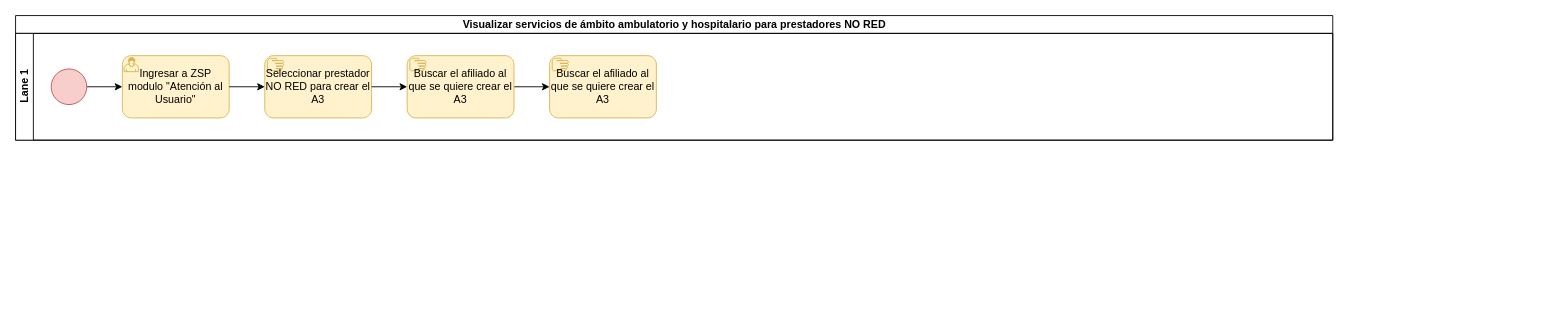
The draw.io diagram Visualizar servicios en ZSS para prestadores con marca en eter.drawio in kevinjporto/Diagramas-de-procesos, before the edit. Source tidied: cells renumbered, new cells numbered last; positions are measured from the earlier drawing's top-left corner, leaving out a move shared by most shapes. Both pictures are drawn from the tidied source at 89%, with x=0, y=0 at pixel (15, 15).
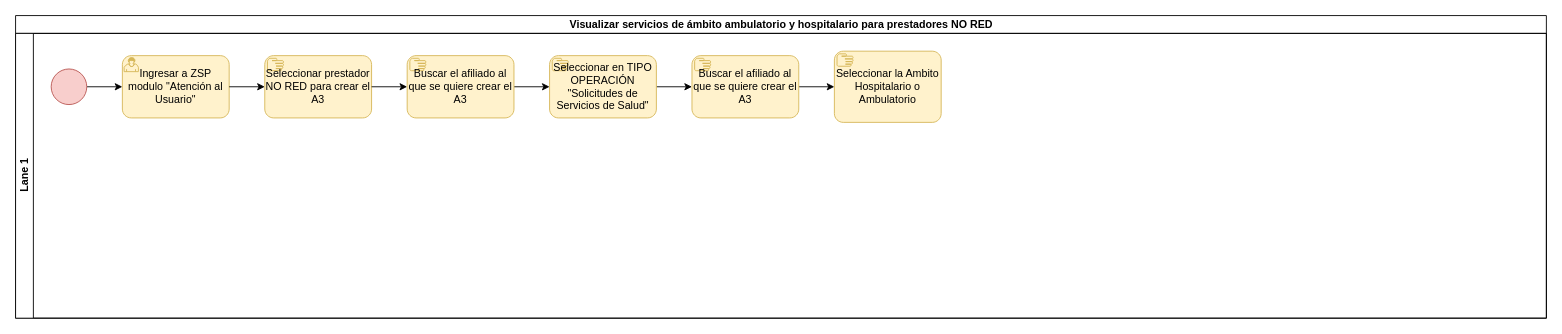
After the change.

What changed in the source:
```diff
@@
 <mxGraphModel>
   <root>
     <mxCell id="0" />
     <mxCell id="1" parent="0" />
     <mxCell id="2" value="Visualizar servicios de ámbito ambulatorio y hospitalario para prestadores NO RED" style="swimlane;horizontal=1;startSize=20;html=1;" parent="1" vertex="1">
-      <mxGeometry width="1480" height="140" as="geometry" />
+      <mxGeometry width="1720" height="340" as="geometry" />
     </mxCell>
     <mxCell id="3" value="Lane 1" style="swimlane;startSize=20;horizontal=0;html=1;" parent="2" vertex="1">
-      <mxGeometry y="20" width="1480" height="120" as="geometry" />
+      <mxGeometry y="20" width="1720" height="320" as="geometry" />
     </mxCell>
     <mxCell id="4" style="edgeStyle=orthogonalEdgeStyle;rounded=0;jettySize=auto;html=1;entryX=0;entryY=0.5;entryDx=0;entryDy=0;entryPerimeter=0;" parent="3" edge="1" source="5" target="6">
       <mxGeometry relative="1" as="geometry" />
     </mxCell>
     <mxCell id="5" style="points=[[0.145,0.145,0],[0.5,0,0],[0.855,0.145,0],[1,0.5,0],[0.855,0.855,0],[0.5,1,0],[0.145,0.855,0],[0,0.5,0]];shape=mxgraph.bpmn.event;html=1;verticalLabelPosition=bottom;labelBackgroundColor=#ffffff;verticalAlign=top;align=center;perimeter=ellipsePerimeter;outlineConnect=0;outline=standard;symbol=general;fillColor=#f8cecc;strokeColor=#b85450;" parent="3" vertex="1">
       <mxGeometry x="40" y="40" width="40" height="40" as="geometry" />
     </mxCell>
     <mxCell id="6" value="Ingresar a ZSP modulo &quot;Atención al Usuario&quot;" style="points=[[0.25,0,0],[0.5,0,0],[0.75,0,0],[1,0.25,0],[1,0.5,0],[1,0.75,0],[0.75,1,0],[0.5,1,0],[0.25,1,0],[0,0.75,0],[0,0.5,0],[0,0.25,0]];shape=mxgraph.bpmn.task;whiteSpace=wrap;rectStyle=rounded;size=10;html=1;taskMarker=user;fillColor=#fff2cc;strokeColor=#d6b656;" parent="3" vertex="1">
       <mxGeometry x="120" y="25" width="120" height="70" as="geometry" />
     </mxCell>
     <mxCell id="7" value="Seleccionar prestador NO RED para crear el A3" style="points=[[0.25,0,0],[0.5,0,0],[0.75,0,0],[1,0.25,0],[1,0.5,0],[1,0.75,0],[0.75,1,0],[0.5,1,0],[0.25,1,0],[0,0.75,0],[0,0.5,0],[0,0.25,0]];shape=mxgraph.bpmn.task;whiteSpace=wrap;rectStyle=rounded;size=10;html=1;taskMarker=manual;fillColor=#fff2cc;strokeColor=#d6b656;" parent="3" vertex="1">
       <mxGeometry x="280" y="25" width="120" height="70" as="geometry" />
     </mxCell>
     <mxCell id="8" style="edgeStyle=orthogonalEdgeStyle;rounded=0;jettySize=auto;html=1;" parent="3" edge="1" source="6" target="7">
       <mxGeometry relative="1" as="geometry" />
     </mxCell>
     <mxCell id="9" style="edgeStyle=orthogonalEdgeStyle;rounded=0;jettySize=auto;html=1;" parent="3" edge="1" source="10" target="12">
       <mxGeometry relative="1" as="geometry" />
     </mxCell>
     <mxCell id="10" value="Buscar el afiliado al que se quiere crear el A3" style="points=[[0.25,0,0],[0.5,0,0],[0.75,0,0],[1,0.25,0],[1,0.5,0],[1,0.75,0],[0.75,1,0],[0.5,1,0],[0.25,1,0],[0,0.75,0],[0,0.5,0],[0,0.25,0]];shape=mxgraph.bpmn.task;whiteSpace=wrap;rectStyle=rounded;size=10;html=1;taskMarker=manual;fillColor=#fff2cc;strokeColor=#d6b656;" parent="3" vertex="1">
       <mxGeometry x="440" y="25" width="120" height="70" as="geometry" />
     </mxCell>
     <mxCell id="11" style="edgeStyle=orthogonalEdgeStyle;rounded=0;jettySize=auto;html=1;" parent="3" edge="1" source="7" target="10">
       <mxGeometry relative="1" as="geometry" />
     </mxCell>
+    <mxCell id="13" style="edgeStyle=orthogonalEdgeStyle;rounded=0;jettySize=auto;html=1;" parent="3" edge="1" source="12" target="15">
+      <mxGeometry relative="1" as="geometry" />
+    </mxCell>
-    <mxCell id="12" value="Buscar el afiliado al que se quiere crear el A3" style="points=[[0.25,0,0],[0.5,0,0],[0.75,0,0],[1,0.25,0],[1,0.5,0],[1,0.75,0],[0.75,1,0],[0.5,1,0],[0.25,1,0],[0,0.75,0],[0,0.5,0],[0,0.25,0]];shape=mxgraph.bpmn.task;whiteSpace=wrap;rectStyle=rounded;size=10;html=1;taskMarker=manual;fillColor=#fff2cc;strokeColor=#d6b656;" parent="3" vertex="1">
+    <mxCell id="12" value="Seleccionar en TIPO OPERACIÓN &quot;Solicitudes de Servicios de Salud&quot;" style="points=[[0.25,0,0],[0.5,0,0],[0.75,0,0],[1,0.25,0],[1,0.5,0],[1,0.75,0],[0.75,1,0],[0.5,1,0],[0.25,1,0],[0,0.75,0],[0,0.5,0],[0,0.25,0]];shape=mxgraph.bpmn.task;whiteSpace=wrap;rectStyle=rounded;size=10;html=1;taskMarker=manual;fillColor=#fff2cc;strokeColor=#d6b656;" parent="3" vertex="1">
       <mxGeometry x="600" y="25" width="120" height="70" as="geometry" />
     </mxCell>
+    <mxCell id="14" style="edgeStyle=orthogonalEdgeStyle;rounded=0;jettySize=auto;html=1;" parent="3" edge="1" source="15" target="16">
+      <mxGeometry relative="1" as="geometry" />
+    </mxCell>
+    <mxCell id="15" value="Buscar el afiliado al que se quiere crear el A3" style="points=[[0.25,0,0],[0.5,0,0],[0.75,0,0],[1,0.25,0],[1,0.5,0],[1,0.75,0],[0.75,1,0],[0.5,1,0],[0.25,1,0],[0,0.75,0],[0,0.5,0],[0,0.25,0]];shape=mxgraph.bpmn.task;whiteSpace=wrap;rectStyle=rounded;size=10;html=1;taskMarker=manual;fillColor=#fff2cc;strokeColor=#d6b656;" parent="3" vertex="1">
+      <mxGeometry x="760" y="25" width="120" height="70" as="geometry" />
+    </mxCell>
+    <mxCell id="16" value="Seleccionar la Ambito Hospitalario o Ambulatorio" style="points=[[0.25,0,0],[0.5,0,0],[0.75,0,0],[1,0.25,0],[1,0.5,0],[1,0.75,0],[0.75,1,0],[0.5,1,0],[0.25,1,0],[0,0.75,0],[0,0.5,0],[0,0.25,0]];shape=mxgraph.bpmn.task;whiteSpace=wrap;rectStyle=rounded;size=10;html=1;taskMarker=manual;fillColor=#fff2cc;strokeColor=#d6b656;" parent="3" vertex="1">
+      <mxGeometry x="920" y="20" width="120" height="80" as="geometry" />
+    </mxCell>
   </root>
 </mxGraphModel>
```
